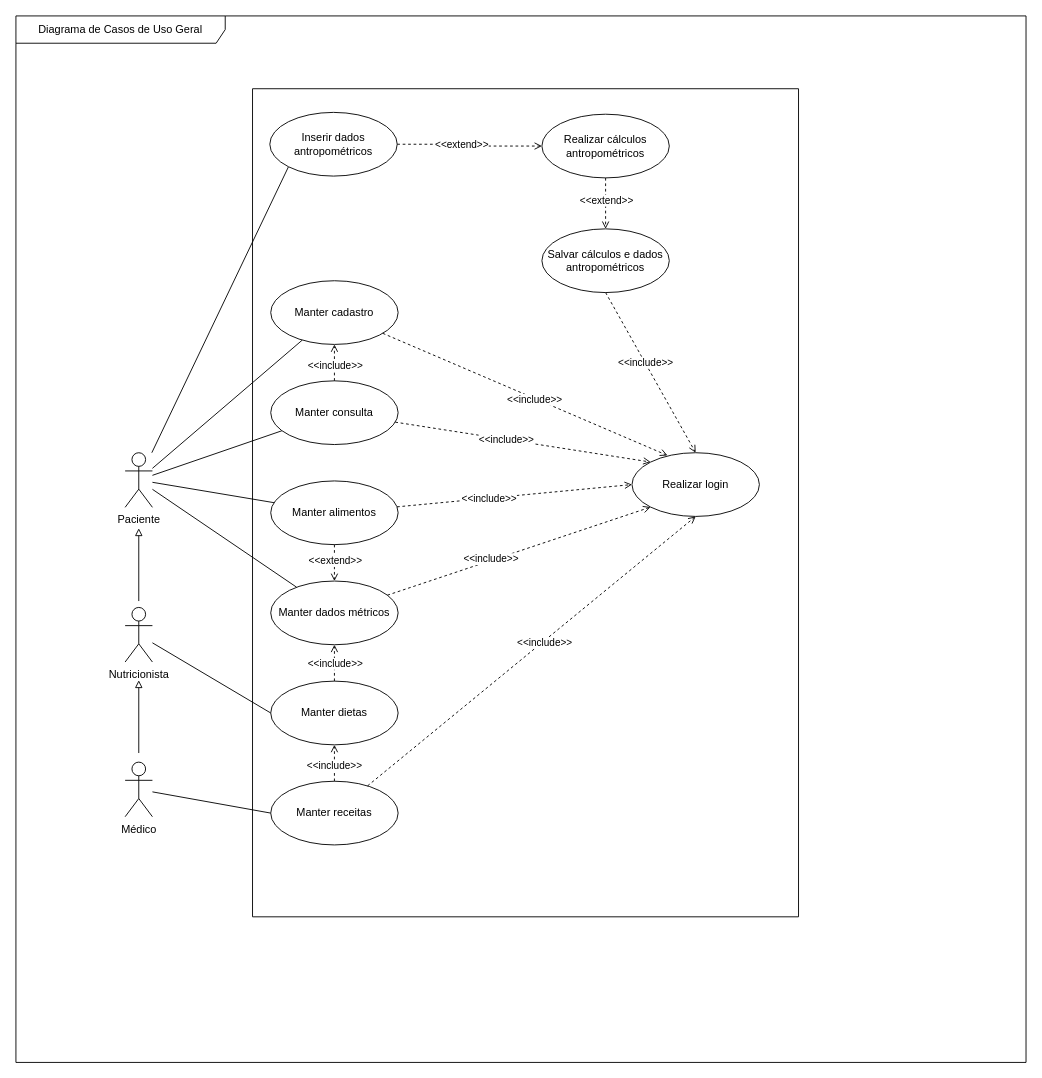
Earlier version of the draw.io diagram diagrama_de_casos_de_uso_2.drawio (ProjetoDelimeterSite/DelimeterDocumantacao). Source tidied: cells renumbered, new cells numbered last; positions are measured from the earlier drawing's top-left corner, leaving out a move shared by most shapes. Both pictures are drawn from the tidied source at 91%, with x=0, y=0 at pixel (15, 15).
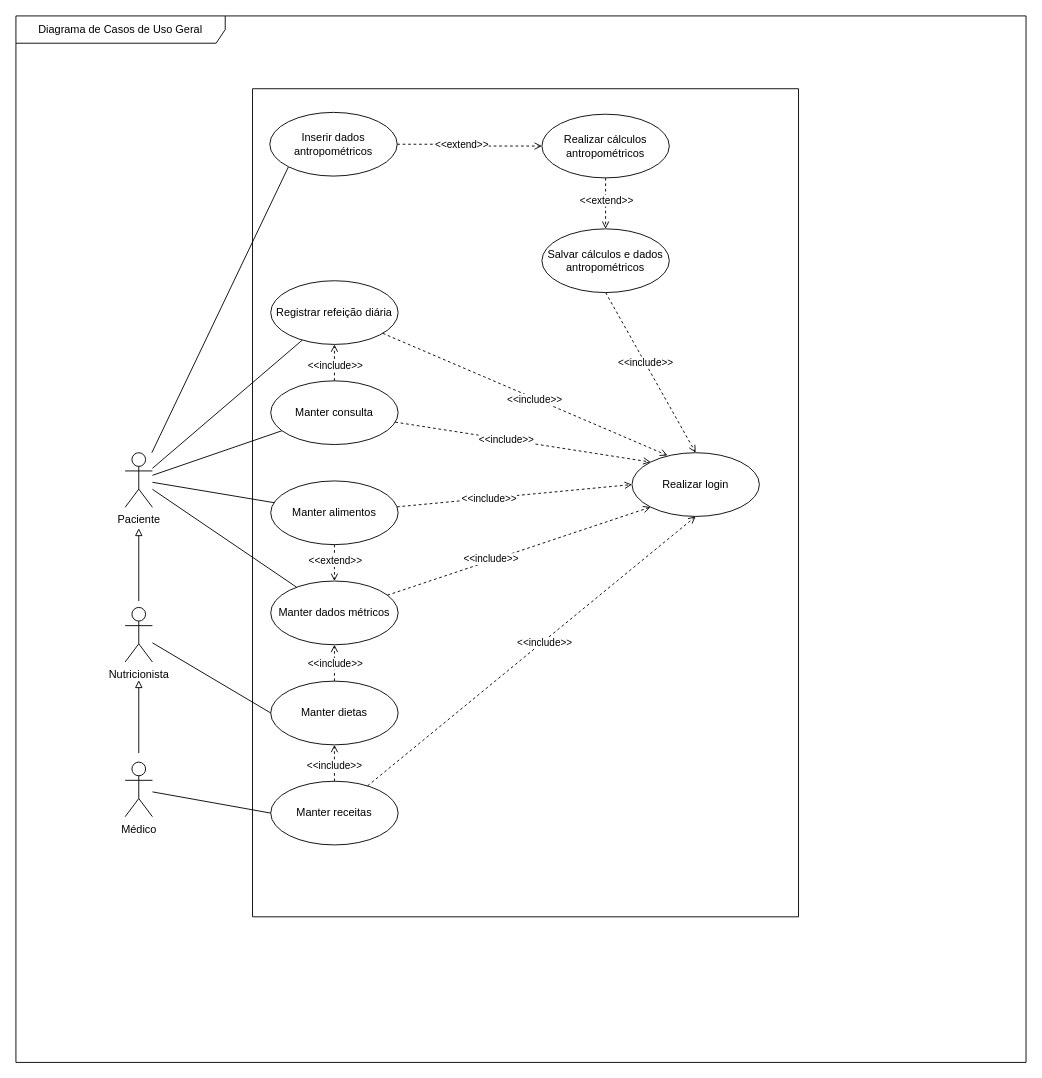
The same diagram, later.

Commit message:
feat: Atualizar descrição da ação "Manter cadastro" para "Registrar refeição diária" no diagrama de casos de uso

Unchanged cells that the change refers to:
```xml
<mxCell id="14" style="swimlane;startSize=0;" parent="1" vertex="1">
  <mxGeometry x="260" y="80" width="600" height="910" as="geometry" />
</mxCell>
```

The edit, as a diff of the source:
```diff
@@
-    <mxCell id="15" value="Manter cadastro" style="ellipse;whiteSpace=wrap;html=1;" parent="14" vertex="1">
+    <mxCell id="15" value="Registrar refeição diária" style="ellipse;whiteSpace=wrap;html=1;" parent="14" vertex="1">
       <mxGeometry x="20" y="211" width="140" height="70" as="geometry" />
     </mxCell>
```
